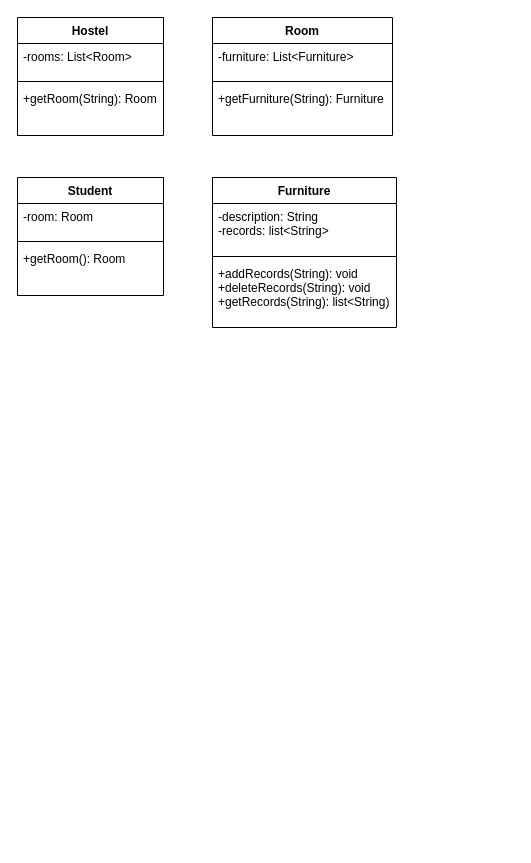
chrroger/0324 keeps this draw.io diagram as midterm Diagram.drawio. Above is the earlier version. Source tidied: cells renumbered, new cells numbered last; positions are measured from the earlier drawing's top-left corner, leaving out a move shared by most shapes. Both pictures are drawn from the tidied source at 100%, with x=0, y=0 at pixel (17, 17).
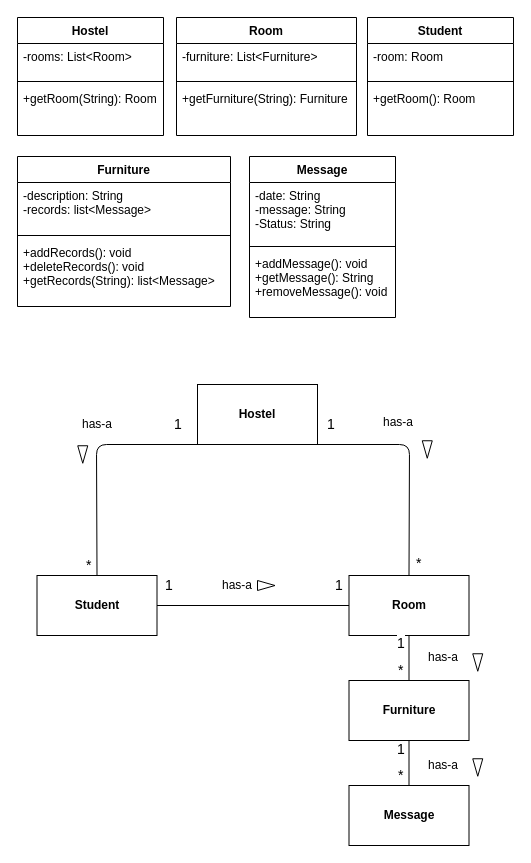
The same page after the edit.

The edit, as a diff of the source:
```diff
@@
     <mxCell id="6" value="Student" style="swimlane;fontStyle=1;align=center;verticalAlign=top;horizontal=1;startSize=26;" parent="1" vertex="1">
-      <mxGeometry y="160" width="146" height="118" as="geometry" />
+      <mxGeometry x="350" width="146" height="118" as="geometry" />
     </mxCell>
@@
     <mxCell id="10" value="Room" style="swimlane;fontStyle=1;align=center;verticalAlign=top;horizontal=1;startSize=26;" parent="1" vertex="1">
-      <mxGeometry x="195" width="180" height="118" as="geometry" />
+      <mxGeometry x="159" width="180" height="118" as="geometry" />
     </mxCell>
@@
     <mxCell id="14" value="Furniture" style="swimlane;fontStyle=1;align=center;verticalAlign=top;horizontal=1;startSize=26;" parent="1" vertex="1">
-      <mxGeometry x="195" y="160" width="184" height="150" as="geometry" />
+      <mxGeometry y="139" width="213" height="150" as="geometry" />
     </mxCell>
-    <mxCell id="15" value="-description: String&#10;-records: list&lt;String&gt;" style="text;strokeColor=none;fillColor=none;align=left;verticalAlign=top;spacingLeft=4;spacingRight=4;overflow=hidden;" parent="14" vertex="1">
-      <mxGeometry y="26" width="184" height="49" as="geometry" />
+    <mxCell id="15" value="-description: String&#10;-records: list&lt;Message&gt;" style="text;strokeColor=none;fillColor=none;align=left;verticalAlign=top;spacingLeft=4;spacingRight=4;overflow=hidden;" parent="14" vertex="1">
+      <mxGeometry y="26" width="213" height="49" as="geometry" />
     </mxCell>
     <mxCell id="16" style="line;strokeWidth=1;fillColor=none;align=left;verticalAlign=middle;spacingTop=-1;spacingLeft=3;spacingRight=3;labelPosition=right;" parent="14" vertex="1">
-      <mxGeometry y="75" width="184" height="8" as="geometry" />
+      <mxGeometry y="75" width="213" height="8" as="geometry" />
     </mxCell>
-    <mxCell id="17" value="+addRecords(String): void&#10;+deleteRecords(String): void&#10;+getRecords(String): list&lt;String)" style="text;strokeColor=none;fillColor=none;align=left;verticalAlign=top;spacingLeft=4;spacingRight=4;overflow=hidden;" parent="14" vertex="1">
-      <mxGeometry y="83" width="184" height="67" as="geometry" />
+    <mxCell id="17" value="+addRecords(): void&#10;+deleteRecords(): void&#10;+getRecords(String): list&lt;Message&gt;" style="text;strokeColor=none;fillColor=none;align=left;verticalAlign=top;spacingLeft=4;spacingRight=4;overflow=hidden;" parent="14" vertex="1">
+      <mxGeometry y="83" width="213" height="67" as="geometry" />
     </mxCell>
+    <mxCell id="18" value="Message" style="swimlane;fontStyle=1;align=center;verticalAlign=top;horizontal=1;startSize=26;" parent="1" vertex="1">
+      <mxGeometry x="232" y="139" width="146" height="161" as="geometry" />
+    </mxCell>
+    <mxCell id="19" value="-date: String&#10;-message: String&#10;-Status: String" style="text;strokeColor=none;fillColor=none;align=left;verticalAlign=top;spacingLeft=4;spacingRight=4;overflow=hidden;" parent="18" vertex="1">
+      <mxGeometry y="26" width="146" height="60" as="geometry" />
+    </mxCell>
+    <mxCell id="20" style="line;strokeWidth=1;fillColor=none;align=left;verticalAlign=middle;spacingTop=-1;spacingLeft=3;spacingRight=3;labelPosition=right;" parent="18" vertex="1">
+      <mxGeometry y="86" width="146" height="8" as="geometry" />
+    </mxCell>
+    <mxCell id="21" value="+addMessage(): void&#10;+getMessage(): String&#10;+removeMessage(): void" style="text;strokeColor=none;fillColor=none;align=left;verticalAlign=top;spacingLeft=4;spacingRight=4;overflow=hidden;" parent="18" vertex="1">
+      <mxGeometry y="94" width="146" height="67" as="geometry" />
+    </mxCell>
+    <mxCell id="22" value="&lt;b&gt;Hostel&lt;/b&gt;" style="rounded=0;whiteSpace=wrap;html=1;" parent="1" vertex="1">
+      <mxGeometry x="180" y="367" width="120" height="60" as="geometry" />
+    </mxCell>
+    <mxCell id="23" value="&lt;b&gt;Room&lt;/b&gt;" style="rounded=0;whiteSpace=wrap;html=1;" parent="1" vertex="1">
+      <mxGeometry x="331.5" y="558" width="120" height="60" as="geometry" />
+    </mxCell>
+    <mxCell id="24" value="&lt;b&gt;Student&lt;/b&gt;" style="rounded=0;whiteSpace=wrap;html=1;" parent="1" vertex="1">
+      <mxGeometry x="19.5" y="558" width="120" height="60" as="geometry" />
+    </mxCell>
+    <mxCell id="25" style="endArrow=none;html=1;exitX=0.5;exitY=0;exitDx=0;exitDy=0;entryX=0;entryY=1;entryDx=0;entryDy=0;" parent="1" edge="1" source="24" target="22">
+      <mxGeometry relative="1" as="geometry">
+        <Array as="points">
+          <mxPoint x="79" y="427" />
+        </Array>
+      </mxGeometry>
+    </mxCell>
+    <mxCell id="26" value="*" style="edgeLabel;html=1;align=left;verticalAlign=bottom;fontSize=14;" parent="1" vertex="1">
+      <mxGeometry x="172.5" y="522" as="geometry">
+        <mxPoint x="-106" y="36" as="offset" />
+      </mxGeometry>
+    </mxCell>
+    <mxCell id="27" style="endArrow=none;html=1;entryX=1;entryY=1;entryDx=0;entryDy=0;exitX=0.5;exitY=0;exitDx=0;exitDy=0;" parent="1" edge="1" source="23" target="22">
+      <mxGeometry relative="1" as="geometry">
+        <Array as="points">
+          <mxPoint x="392" y="427" />
+        </Array>
+      </mxGeometry>
+    </mxCell>
+    <mxCell id="28" style="endArrow=none;html=1;entryX=0;entryY=0.5;entryDx=0;entryDy=0;exitX=1;exitY=0.5;exitDx=0;exitDy=0;" parent="1" edge="1" source="24" target="23">
+      <mxGeometry relative="1" as="geometry" />
+    </mxCell>
+    <mxCell id="29" value="*" style="edgeLabel;html=1;align=left;verticalAlign=bottom;fontSize=14;" parent="1" vertex="1">
+      <mxGeometry x="193" y="489" as="geometry">
+        <mxPoint x="204" y="67" as="offset" />
+      </mxGeometry>
+    </mxCell>
+    <mxCell id="30" value="1" style="edgeLabel;html=1;align=left;verticalAlign=bottom;fontSize=14;" parent="1" vertex="1">
+      <mxGeometry x="145.5" y="578" as="geometry" />
+    </mxCell>
+    <mxCell id="31" value="1" style="edgeLabel;html=1;align=left;verticalAlign=bottom;fontSize=14;" parent="1" vertex="1">
+      <mxGeometry x="315.5" y="578" as="geometry" />
+    </mxCell>
+    <mxCell id="32" value="has-a" style="text;html=1;strokeColor=none;fillColor=none;align=center;verticalAlign=middle;whiteSpace=wrap;rounded=0;" parent="1" vertex="1">
+      <mxGeometry x="200" y="558" width="40" height="20" as="geometry" />
+    </mxCell>
+    <mxCell id="33" style="triangle;whiteSpace=wrap;html=1;rotation=0;" parent="1" vertex="1">
+      <mxGeometry x="240" y="563" width="17.5" height="10" as="geometry" />
+    </mxCell>
+    <mxCell id="34" value="1" style="edgeLabel;html=1;align=left;verticalAlign=bottom;fontSize=14;" parent="1" vertex="1">
+      <mxGeometry x="155" y="417" as="geometry" />
+    </mxCell>
+    <mxCell id="35" value="has-a" style="text;html=1;strokeColor=none;fillColor=none;align=center;verticalAlign=middle;whiteSpace=wrap;rounded=0;" parent="1" vertex="1">
+      <mxGeometry x="59.5" y="397" width="40" height="20" as="geometry" />
+    </mxCell>
+    <mxCell id="36" style="triangle;whiteSpace=wrap;html=1;rotation=90;" parent="1" vertex="1">
+      <mxGeometry x="56.5" y="432" width="17.5" height="10" as="geometry" />
+    </mxCell>
+    <mxCell id="37" value="has-a" style="text;html=1;strokeColor=none;fillColor=none;align=center;verticalAlign=middle;whiteSpace=wrap;rounded=0;" parent="1" vertex="1">
+      <mxGeometry x="361" y="395" width="40" height="20" as="geometry" />
+    </mxCell>
+    <mxCell id="38" style="triangle;whiteSpace=wrap;html=1;rotation=90;" parent="1" vertex="1">
+      <mxGeometry x="401" y="427" width="17.5" height="10" as="geometry" />
+    </mxCell>
+    <mxCell id="39" value="&lt;b&gt;Furniture&lt;/b&gt;" style="rounded=0;whiteSpace=wrap;html=1;" parent="1" vertex="1">
+      <mxGeometry x="331.5" y="663" width="120" height="60" as="geometry" />
+    </mxCell>
+    <mxCell id="40" value="&lt;b&gt;Message&lt;/b&gt;" style="rounded=0;whiteSpace=wrap;html=1;" parent="1" vertex="1">
+      <mxGeometry x="331.5" y="768" width="120" height="60" as="geometry" />
+    </mxCell>
+    <mxCell id="41" style="endArrow=none;html=1;entryX=0.5;entryY=1;entryDx=0;entryDy=0;exitX=0.5;exitY=0;exitDx=0;exitDy=0;" parent="1" edge="1" source="39" target="23">
+      <mxGeometry relative="1" as="geometry" />
+    </mxCell>
+    <mxCell id="42" style="endArrow=none;html=1;entryX=0.5;entryY=0;entryDx=0;entryDy=0;exitX=0.5;exitY=1;exitDx=0;exitDy=0;" parent="1" edge="1" source="39" target="40">
+      <mxGeometry relative="1" as="geometry" />
+    </mxCell>
+    <mxCell id="43" value="has-a" style="text;html=1;strokeColor=none;fillColor=none;align=center;verticalAlign=middle;whiteSpace=wrap;rounded=0;" parent="1" vertex="1">
+      <mxGeometry x="406" y="630" width="40" height="20" as="geometry" />
+    </mxCell>
+    <mxCell id="44" style="triangle;whiteSpace=wrap;html=1;rotation=90;" parent="1" vertex="1">
+      <mxGeometry x="451.5" y="640" width="17.5" height="10" as="geometry" />
+    </mxCell>
+    <mxCell id="45" style="triangle;whiteSpace=wrap;html=1;rotation=90;" parent="1" vertex="1">
+      <mxGeometry x="451.5" y="745" width="17.5" height="10" as="geometry" />
+    </mxCell>
+    <mxCell id="46" value="has-a" style="text;html=1;strokeColor=none;fillColor=none;align=center;verticalAlign=middle;whiteSpace=wrap;rounded=0;" parent="1" vertex="1">
+      <mxGeometry x="406" y="738" width="40" height="20" as="geometry" />
+    </mxCell>
+    <mxCell id="47" value="1" style="edgeLabel;html=1;align=left;verticalAlign=bottom;fontSize=14;" parent="1" vertex="1">
+      <mxGeometry x="308" y="417" as="geometry" />
+    </mxCell>
+    <mxCell id="48" value="1" style="edgeLabel;html=1;align=left;verticalAlign=bottom;fontSize=14;" parent="1" vertex="1">
+      <mxGeometry x="378" y="636" as="geometry" />
+    </mxCell>
+    <mxCell id="49" value="1" style="edgeLabel;html=1;align=left;verticalAlign=bottom;fontSize=14;" parent="1" vertex="1">
+      <mxGeometry x="378" y="742" as="geometry" />
+    </mxCell>
+    <mxCell id="50" value="*" style="edgeLabel;html=1;align=left;verticalAlign=bottom;fontSize=14;" parent="1" vertex="1">
+      <mxGeometry x="485" y="732" as="geometry">
+        <mxPoint x="-106" y="36" as="offset" />
+      </mxGeometry>
+    </mxCell>
+    <mxCell id="51" value="*" style="edgeLabel;html=1;align=left;verticalAlign=bottom;fontSize=14;" parent="1" vertex="1">
+      <mxGeometry x="485" y="627" as="geometry">
+        <mxPoint x="-106" y="36" as="offset" />
+      </mxGeometry>
+    </mxCell>
```
